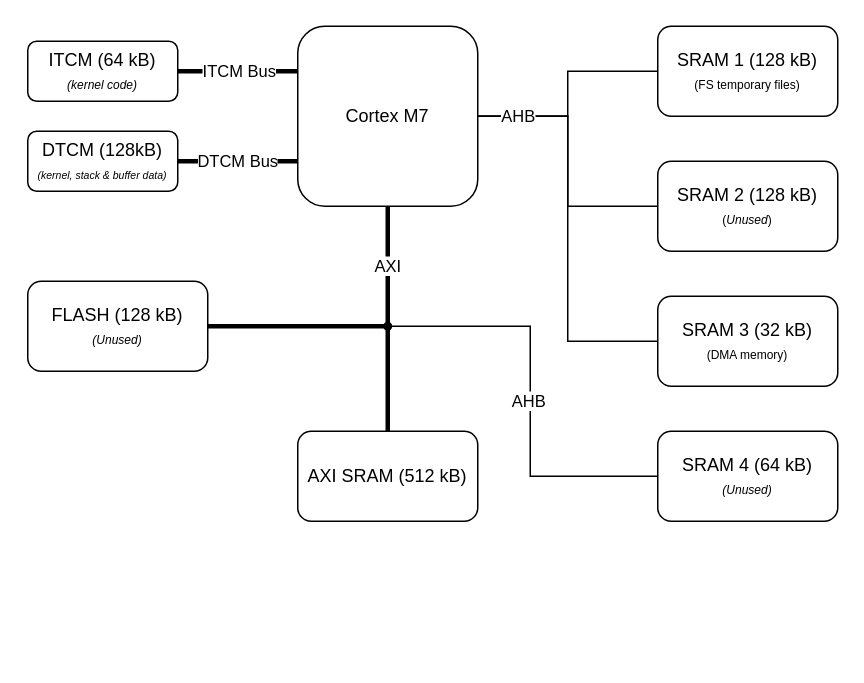
Above: doc/memory-management/STM32H750_memory_schem.drawio in TOLOSAT/flight-software (draw.io), before the change. Source tidied: cells renumbered, new cells numbered last; positions are measured from the earlier drawing's top-left corner, leaving out a move shared by most shapes. Both pictures are drawn from the tidied source at 150%, with x=0, y=0 at pixel (27, 26).
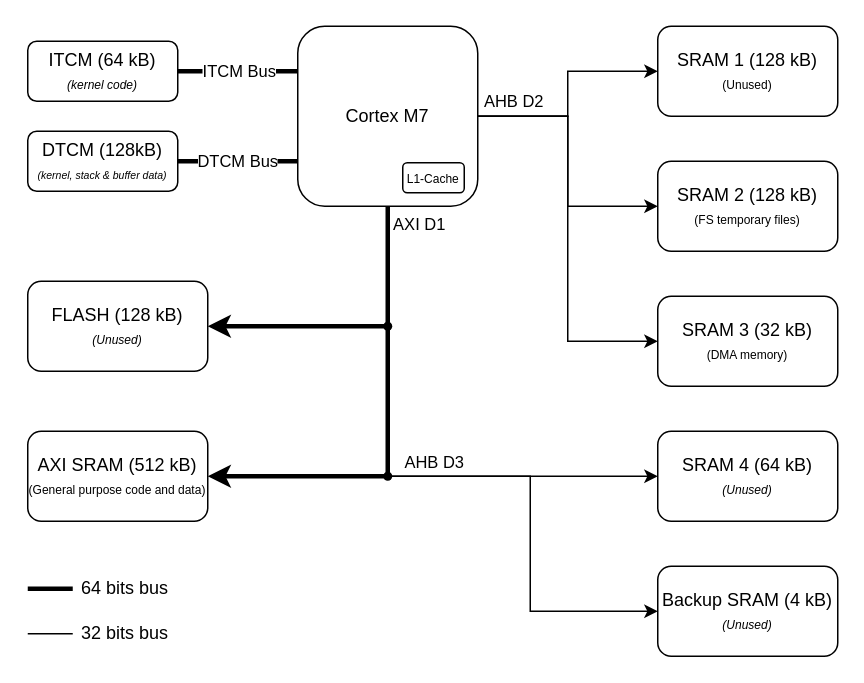
The same diagram, later.

The change refers to these unchanged cells:
```xml
<mxCell id="8" value="Cortex M7" style="rounded=1;whiteSpace=wrap;html=1;" parent="1" vertex="1">
  <mxGeometry x="180" width="120" height="120" as="geometry" />
</mxCell>
<mxCell id="14" value="SRAM 3 (32 kB)&lt;br&gt;&lt;span style=&quot;font-size: 8px;&quot;&gt;(DMA memory)&lt;/span&gt;" style="rounded=1;whiteSpace=wrap;html=1;" parent="1" vertex="1">
  <mxGeometry x="420" y="180" width="120" height="60" as="geometry" />
</mxCell>
<mxCell id="15" value="SRAM 4 (64 kB)&lt;br&gt;&lt;i style=&quot;border-color: var(--border-color); font-size: 8px;&quot;&gt;(Unused)&lt;/i&gt;" style="rounded=1;whiteSpace=wrap;html=1;" parent="1" vertex="1">
  <mxGeometry x="420" y="270" width="120" height="60" as="geometry" />
</mxCell>
```

Diff of the diagram source:
```diff
@@
-    <mxCell id="5" style="edgeStyle=orthogonalEdgeStyle;rounded=0;jettySize=auto;html=1;exitX=1;exitY=0.5;exitDx=0;exitDy=0;entryX=0;entryY=0.5;entryDx=0;entryDy=0;endArrow=none;endFill=0;" parent="1" edge="1" source="8" target="12">
+    <mxCell id="5" style="edgeStyle=orthogonalEdgeStyle;rounded=0;jettySize=auto;html=1;exitX=1;exitY=0.5;exitDx=0;exitDy=0;entryX=0;entryY=0.5;entryDx=0;entryDy=0;endArrow=classic;endFill=1;" parent="1" edge="1" source="8" target="12">
       <mxGeometry relative="1" as="geometry" />
     </mxCell>
-    <mxCell id="6" style="edgeStyle=orthogonalEdgeStyle;rounded=0;jettySize=auto;html=1;exitX=1;exitY=0.5;exitDx=0;exitDy=0;entryX=0;entryY=0.5;entryDx=0;entryDy=0;endArrow=none;endFill=0;" parent="1" edge="1" source="8" target="13">
+    <mxCell id="6" style="edgeStyle=orthogonalEdgeStyle;rounded=0;jettySize=auto;html=1;exitX=1;exitY=0.5;exitDx=0;exitDy=0;entryX=0;entryY=0.5;entryDx=0;entryDy=0;endArrow=classic;endFill=1;" parent="1" edge="1" source="8" target="13">
       <mxGeometry relative="1" as="geometry" />
     </mxCell>
-    <mxCell id="7" value="AHB" style="edgeStyle=orthogonalEdgeStyle;rounded=0;jettySize=auto;html=1;exitX=1;exitY=0.5;exitDx=0;exitDy=0;entryX=0;entryY=0.5;entryDx=0;entryDy=0;endArrow=none;endFill=0;" parent="1" edge="1" source="8" target="14">
-      <mxGeometry x="-0.8" relative="1" as="geometry" />
+    <mxCell id="7" value="AHB D2" style="edgeStyle=orthogonalEdgeStyle;rounded=0;jettySize=auto;html=1;exitX=1;exitY=0.5;exitDx=0;exitDy=0;entryX=0;entryY=0.5;entryDx=0;entryDy=0;endArrow=classic;endFill=1;" parent="1" edge="1" source="8" target="14">
+      <mxGeometry x="-0.82" y="10" relative="1" as="geometry" />
     </mxCell>
@@
-    <mxCell id="11" value="AXI SRAM (512 kB)" style="rounded=1;whiteSpace=wrap;html=1;" parent="1" vertex="1">
-      <mxGeometry x="180" y="270" width="120" height="60" as="geometry" />
+    <mxCell id="11" value="AXI SRAM (512 kB)&lt;div&gt;&lt;font style=&quot;font-size: 8px;&quot;&gt;(General purpose code and data)&lt;/font&gt;&lt;br&gt;&lt;/div&gt;" style="rounded=1;whiteSpace=wrap;html=1;" parent="1" vertex="1">
+      <mxGeometry y="270" width="120" height="60" as="geometry" />
     </mxCell>
-    <mxCell id="12" value="SRAM 1 (128 kB)&lt;br&gt;&lt;font style=&quot;font-size: 8px;&quot;&gt;(FS temporary files)&lt;/font&gt;" style="rounded=1;whiteSpace=wrap;html=1;" parent="1" vertex="1">
+    <mxCell id="12" value="SRAM 1 (128 kB)&lt;br&gt;&lt;font style=&quot;font-size: 8px;&quot;&gt;(Unused)&lt;/font&gt;" style="rounded=1;whiteSpace=wrap;html=1;" parent="1" vertex="1">
       <mxGeometry x="420" width="120" height="60" as="geometry" />
     </mxCell>
-    <mxCell id="13" value="SRAM 2 (128 kB)&lt;br&gt;&lt;font style=&quot;font-size: 8px;&quot;&gt;(&lt;i&gt;Unused&lt;/i&gt;)&lt;/font&gt;" style="rounded=1;whiteSpace=wrap;html=1;" parent="1" vertex="1">
+    <mxCell id="13" value="SRAM 2 (128 kB)&lt;br&gt;&lt;font style=&quot;font-size: 8px;&quot;&gt;(FS temporary files)&lt;/font&gt;" style="rounded=1;whiteSpace=wrap;html=1;" parent="1" vertex="1">
       <mxGeometry x="420" y="90" width="120" height="60" as="geometry" />
     </mxCell>
@@
-    <mxCell id="16" style="edgeStyle=orthogonalEdgeStyle;rounded=0;jettySize=auto;html=1;entryX=0.5;entryY=0;entryDx=0;entryDy=0;endArrow=none;endFill=0;strokeWidth=3;" parent="1" edge="1" source="20" target="11">
-      <mxGeometry relative="1" as="geometry" />
+    <mxCell id="16" style="edgeStyle=orthogonalEdgeStyle;rounded=0;jettySize=auto;html=1;entryX=1;entryY=0.5;entryDx=0;entryDy=0;endArrow=classic;endFill=1;strokeWidth=3;" parent="1" edge="1" source="20" target="11">
+      <mxGeometry relative="1" as="geometry">
+        <Array as="points">
+          <mxPoint x="240" y="300" />
+        </Array>
+      </mxGeometry>
     </mxCell>
+    <mxCell id="23" style="edgeStyle=orthogonalEdgeStyle;rounded=0;jettySize=auto;html=1;entryX=0;entryY=0.5;entryDx=0;entryDy=0;endArrow=classic;endFill=1;" parent="1" edge="1" source="20" target="24">
+      <mxGeometry relative="1" as="geometry" />
+    </mxCell>
+    <mxCell id="20" style="shape=waypoint;sketch=0;size=6;points=[];fillColor=none;perimeter=centerPerimeter;snapToPoint=1;strokeColor=default;" parent="1" vertex="1">
+      <mxGeometry x="230" y="290" width="20" height="20" as="geometry" />
+    </mxCell>
+    <mxCell id="22" value="FLASH (128 kB)&lt;br&gt;&lt;font style=&quot;font-size: 8px;&quot;&gt;&lt;i&gt;(Unused)&lt;/i&gt;&lt;/font&gt;" style="rounded=1;whiteSpace=wrap;html=1;" parent="1" vertex="1">
+      <mxGeometry y="170" width="120" height="60" as="geometry" />
+    </mxCell>
+    <mxCell id="24" value="&lt;span style=&quot;border-color: var(--border-color);&quot;&gt;Backup SRAM (4 kB)&lt;br&gt;&lt;/span&gt;&lt;i style=&quot;border-color: var(--border-color); font-size: 8px;&quot;&gt;(Unused)&lt;/i&gt;" style="rounded=1;whiteSpace=wrap;html=1;" parent="1" vertex="1">
+      <mxGeometry x="420" y="360" width="120" height="60" as="geometry" />
+    </mxCell>
-    <mxCell id="17" style="edgeStyle=orthogonalEdgeStyle;rounded=0;jettySize=auto;html=1;entryX=0;entryY=0.5;entryDx=0;entryDy=0;endArrow=none;endFill=0;" parent="1" edge="1" source="20" target="15">
-      <mxGeometry relative="1" as="geometry" />
+    <mxCell id="17" style="edgeStyle=orthogonalEdgeStyle;rounded=0;jettySize=auto;html=1;entryX=0;entryY=0.5;entryDx=0;entryDy=0;endArrow=classic;endFill=1;" parent="1" edge="1" source="20" target="15">
+      <mxGeometry relative="1" as="geometry">
+        <Array as="points">
+          <mxPoint x="240" y="300" />
+        </Array>
+      </mxGeometry>
     </mxCell>
-    <mxCell id="18" value="AHB" style="edgeLabel;html=1;align=center;verticalAlign=middle;" parent="17" vertex="1">
-      <mxGeometry x="0.03" y="-2" relative="1" as="geometry" />
+    <mxCell id="18" value="AHB D3" style="edgeLabel;html=1;align=center;verticalAlign=middle;" parent="17" vertex="1">
+      <mxGeometry x="0.03" y="-2" relative="1" as="geometry">
+        <mxPoint x="-63" y="-12" as="offset" />
+      </mxGeometry>
     </mxCell>
-    <mxCell id="19" style="edgeStyle=orthogonalEdgeStyle;rounded=0;jettySize=auto;html=1;entryX=1;entryY=0.5;entryDx=0;entryDy=0;strokeWidth=3;endArrow=none;endFill=0;" parent="1" edge="1" source="20" target="22">
-      <mxGeometry relative="1" as="geometry">
-        <Array as="points">
-          <mxPoint x="120" y="200" />
-        </Array>
-      </mxGeometry>
-    </mxCell>
-    <mxCell id="20" style="shape=waypoint;sketch=0;size=6;points=[];fillColor=none;perimeter=centerPerimeter;snapToPoint=1;" parent="1" vertex="1">
-      <mxGeometry x="230" y="190" width="20" height="20" as="geometry" />
-    </mxCell>
-    <mxCell id="21" value="AXI" style="edgeStyle=orthogonalEdgeStyle;rounded=0;jettySize=auto;html=1;entryX=0.5;entryY=0.225;entryDx=0;entryDy=0;entryPerimeter=0;strokeWidth=3;endArrow=none;endFill=0;" parent="1" edge="1" source="8" target="20">
-      <mxGeometry relative="1" as="geometry" />
-    </mxCell>
-    <mxCell id="22" value="FLASH (128 kB)&lt;br&gt;&lt;font style=&quot;font-size: 8px;&quot;&gt;&lt;i&gt;(Unused)&lt;/i&gt;&lt;/font&gt;" style="rounded=1;whiteSpace=wrap;html=1;" parent="1" vertex="1">
-      <mxGeometry y="170" width="120" height="60" as="geometry" />
-    </mxCell>
+    <mxCell id="25" style="edgeStyle=orthogonalEdgeStyle;rounded=0;jettySize=auto;html=1;entryX=1;entryY=0.5;entryDx=0;entryDy=0;strokeWidth=3;" parent="1" edge="1" source="26" target="22">
+      <mxGeometry relative="1" as="geometry" />
+    </mxCell>
+    <mxCell id="26" style="shape=waypoint;sketch=0;size=6;points=[];fillColor=none;perimeter=centerPerimeter;snapToPoint=1;" parent="1" vertex="1">
+      <mxGeometry x="230" y="190" width="20" height="20" as="geometry" />
+    </mxCell>
+    <mxCell id="27" style="edgeStyle=orthogonalEdgeStyle;rounded=0;jettySize=auto;html=1;exitX=0.5;exitY=1;exitDx=0;exitDy=0;entryX=0.512;entryY=0;entryDx=0;entryDy=0;entryPerimeter=0;endArrow=none;endFill=0;endSize=6;strokeWidth=3;" parent="1" edge="1" source="8" target="26">
+      <mxGeometry relative="1" as="geometry" />
+    </mxCell>
+    <mxCell id="28" value="AXI D1" style="edgeLabel;html=1;align=center;verticalAlign=middle;" parent="27" vertex="1">
+      <mxGeometry x="-0.56" y="2" relative="1" as="geometry">
+        <mxPoint x="18" y="-7" as="offset" />
+      </mxGeometry>
+    </mxCell>
+    <mxCell id="29" style="edgeStyle=orthogonalEdgeStyle;rounded=0;jettySize=auto;html=1;entryX=0.653;entryY=0.412;entryDx=0;entryDy=0;entryPerimeter=0;endArrow=none;endFill=0;strokeWidth=3;" parent="1" edge="1" source="26" target="20">
+      <mxGeometry relative="1" as="geometry" />
+    </mxCell>
+    <mxCell id="30" style="endArrow=none;html=1;rounded=0;strokeWidth=3;entryX=0;entryY=0.5;entryDx=0;entryDy=0;" parent="1" edge="1" target="32">
+      <mxGeometry relative="1" as="geometry">
+        <mxPoint y="375" as="sourcePoint" />
+      </mxGeometry>
+    </mxCell>
+    <mxCell id="31" style="endArrow=none;html=1;rounded=0;strokeWidth=1;entryX=0;entryY=0.5;entryDx=0;entryDy=0;" parent="1" edge="1" target="33">
+      <mxGeometry relative="1" as="geometry">
+        <mxPoint y="405" as="sourcePoint" />
+      </mxGeometry>
+    </mxCell>
+    <mxCell id="32" value="64 bits bus" style="text;html=1;align=center;verticalAlign=middle;whiteSpace=wrap;rounded=0;" parent="1" vertex="1">
+      <mxGeometry x="30" y="360" width="70" height="30" as="geometry" />
+    </mxCell>
+    <mxCell id="33" value="32 bits bus" style="text;html=1;align=center;verticalAlign=middle;whiteSpace=wrap;rounded=0;" parent="1" vertex="1">
+      <mxGeometry x="30" y="390" width="70" height="30" as="geometry" />
+    </mxCell>
+    <mxCell id="34" value="&lt;p style=&quot;line-height: 200%;&quot;&gt;&lt;font style=&quot;font-size: 8px;&quot;&gt;L1-Cache&lt;/font&gt;&lt;/p&gt;" style="rounded=1;whiteSpace=wrap;html=1;" parent="1" vertex="1">
+      <mxGeometry x="250" y="91" width="41" height="20" as="geometry" />
+    </mxCell>
```
